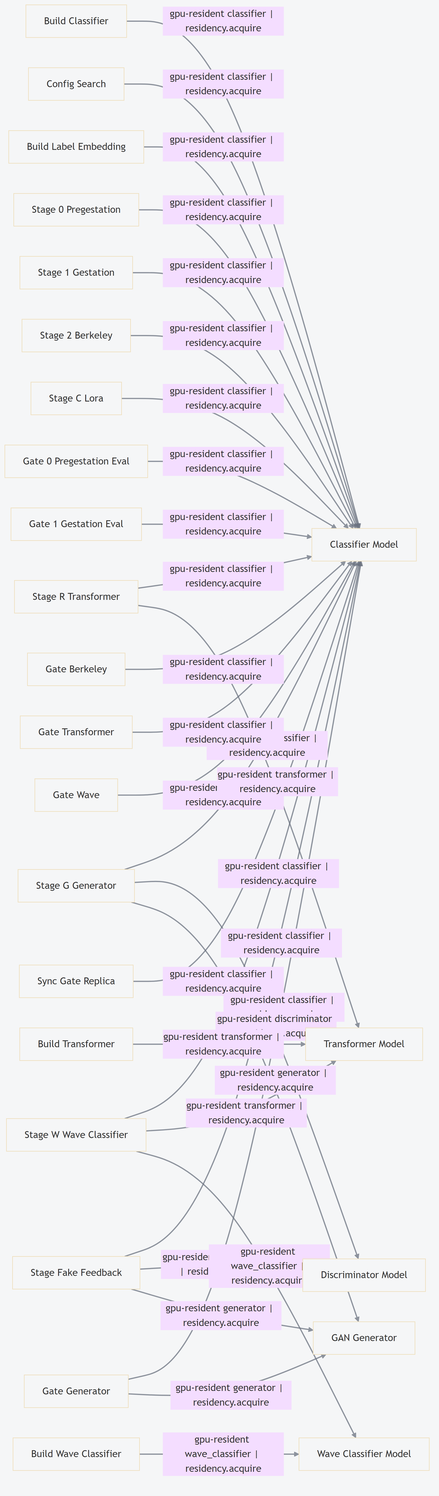
The Mermaid diagram docs/diagrams/provenance_reaction.png in sangderenard/meta-nn, before a commit. Its source is kept beside it as docs/diagrams/provenance_reaction.mmd. The source it was exported from:
```mermaid
%%{init: {'theme':'base','themeVariables':{'background':'#f5f6f7','mainBkg':'#f5f6f7'},'flowchart':{'curve':'basis','htmlLabels':true}}}%%
flowchart LR
    model__classifier["Classifier Model"]
    model__discriminator["Discriminator Model"]
    model__generator["GAN Generator"]
    model__transformer["Transformer Model"]
    model__wave_classifier["Wave Classifier Model"]
    build_classifier["Build Classifier"]
    config_search["Config Search"]
    build_label_embedding["Build Label Embedding"]
    stage_0_pregestation["Stage 0 Pregestation"]
    stage_1_gestation["Stage 1 Gestation"]
    stage_2_berkeley["Stage 2 Berkeley"]
    stage_r_transformer["Stage R Transformer"]
    stage_g_generator["Stage G Generator"]
    stage_w_wave_classifier["Stage W Wave Classifier"]
    stage_c_lora["Stage C Lora"]
    stage_fake_feedback["Stage Fake Feedback"]
    gate_0_pregestation_eval["Gate 0 Pregestation Eval"]
    gate_1_gestation_eval["Gate 1 Gestation Eval"]
    gate_berkeley["Gate Berkeley"]
    gate_transformer["Gate Transformer"]
    gate_generator["Gate Generator"]
    gate_wave["Gate Wave"]
    sync_gate_replica["Sync Gate Replica"]
    build_transformer["Build Transformer"]
    build_wave_classifier["Build Wave Classifier"]

    build_classifier -- "gpu-resident classifier | residency.acquire" --> model__classifier
    config_search -- "gpu-resident classifier | residency.acquire" --> model__classifier
    build_label_embedding -- "gpu-resident classifier | residency.acquire" --> model__classifier
    stage_0_pregestation -- "gpu-resident classifier | residency.acquire" --> model__classifier
    stage_1_gestation -- "gpu-resident classifier | residency.acquire" --> model__classifier
    stage_2_berkeley -- "gpu-resident classifier | residency.acquire" --> model__classifier
    stage_r_transformer -- "gpu-resident classifier | residency.acquire" --> model__classifier
    stage_g_generator -- "gpu-resident classifier | residency.acquire" --> model__classifier
    stage_w_wave_classifier -- "gpu-resident classifier | residency.acquire" --> model__classifier
    stage_c_lora -- "gpu-resident classifier | residency.acquire" --> model__classifier
    stage_fake_feedback -- "gpu-resident classifier | residency.acquire" --> model__classifier
    gate_0_pregestation_eval -- "gpu-resident classifier | residency.acquire" --> model__classifier
    gate_1_gestation_eval -- "gpu-resident classifier | residency.acquire" --> model__classifier
    gate_berkeley -- "gpu-resident classifier | residency.acquire" --> model__classifier
    gate_transformer -- "gpu-resident classifier | residency.acquire" --> model__classifier
    gate_generator -- "gpu-resident classifier | residency.acquire" --> model__classifier
    gate_wave -- "gpu-resident classifier | residency.acquire" --> model__classifier
    sync_gate_replica -- "gpu-resident classifier | residency.acquire" --> model__classifier
    stage_g_generator -- "gpu-resident discriminator | residency.acquire" --> model__discriminator
    stage_fake_feedback -- "gpu-resident discriminator | residency.acquire" --> model__discriminator
    stage_g_generator -- "gpu-resident generator | residency.acquire" --> model__generator
    stage_fake_feedback -- "gpu-resident generator | residency.acquire" --> model__generator
    gate_generator -- "gpu-resident generator | residency.acquire" --> model__generator
    build_transformer -- "gpu-resident transformer | residency.acquire" --> model__transformer
    stage_r_transformer -- "gpu-resident transformer | residency.acquire" --> model__transformer
    stage_w_wave_classifier -- "gpu-resident transformer | residency.acquire" --> model__transformer
    build_wave_classifier -- "gpu-resident wave_classifier | residency.acquire" --> model__wave_classifier
    stage_w_wave_classifier -- "gpu-resident wave_classifier | residency.acquire" --> model__wave_classifier

    linkStyle 0 stroke:#6B7280,stroke-width:2px,opacity:0.75,stroke-dasharray:0;
    linkStyle 1 stroke:#6B7280,stroke-width:2px,opacity:0.75,stroke-dasharray:0;
    linkStyle 2 stroke:#6B7280,stroke-width:2px,opacity:0.75,stroke-dasharray:0;
    linkStyle 3 stroke:#6B7280,stroke-width:2px,opacity:0.75,stroke-dasharray:0;
    linkStyle 4 stroke:#6B7280,stroke-width:2px,opacity:0.75,stroke-dasharray:0;
    linkStyle 5 stroke:#6B7280,stroke-width:2px,opacity:0.75,stroke-dasharray:0;
    linkStyle 6 stroke:#6B7280,stroke-width:2px,opacity:0.75,stroke-dasharray:0;
    linkStyle 7 stroke:#6B7280,stroke-width:2px,opacity:0.75,stroke-dasharray:0;
    linkStyle 8 stroke:#6B7280,stroke-width:2px,opacity:0.75,stroke-dasharray:0;
    linkStyle 9 stroke:#6B7280,stroke-width:2px,opacity:0.75,stroke-dasharray:0;
    linkStyle 10 stroke:#6B7280,stroke-width:2px,opacity:0.75,stroke-dasharray:0;
    linkStyle 11 stroke:#6B7280,stroke-width:2px,opacity:0.75,stroke-dasharray:0;
    linkStyle 12 stroke:#6B7280,stroke-width:2px,opacity:0.75,stroke-dasharray:0;
    linkStyle 13 stroke:#6B7280,stroke-width:2px,opacity:0.75,stroke-dasharray:0;
    linkStyle 14 stroke:#6B7280,stroke-width:2px,opacity:0.75,stroke-dasharray:0;
    linkStyle 15 stroke:#6B7280,stroke-width:2px,opacity:0.75,stroke-dasharray:0;
    linkStyle 16 stroke:#6B7280,stroke-width:2px,opacity:0.75,stroke-dasharray:0;
    linkStyle 17 stroke:#6B7280,stroke-width:2px,opacity:0.75,stroke-dasharray:0;
    linkStyle 18 stroke:#6B7280,stroke-width:2px,opacity:0.75,stroke-dasharray:0;
    linkStyle 19 stroke:#6B7280,stroke-width:2px,opacity:0.75,stroke-dasharray:0;
    linkStyle 20 stroke:#6B7280,stroke-width:2px,opacity:0.75,stroke-dasharray:0;
    linkStyle 21 stroke:#6B7280,stroke-width:2px,opacity:0.75,stroke-dasharray:0;
    linkStyle 22 stroke:#6B7280,stroke-width:2px,opacity:0.75,stroke-dasharray:0;
    linkStyle 23 stroke:#6B7280,stroke-width:2px,opacity:0.75,stroke-dasharray:0;
    linkStyle 24 stroke:#6B7280,stroke-width:2px,opacity:0.75,stroke-dasharray:0;
    linkStyle 25 stroke:#6B7280,stroke-width:2px,opacity:0.75,stroke-dasharray:0;
    linkStyle 26 stroke:#6B7280,stroke-width:2px,opacity:0.75,stroke-dasharray:0;
    linkStyle 27 stroke:#6B7280,stroke-width:2px,opacity:0.75,stroke-dasharray:0;
```
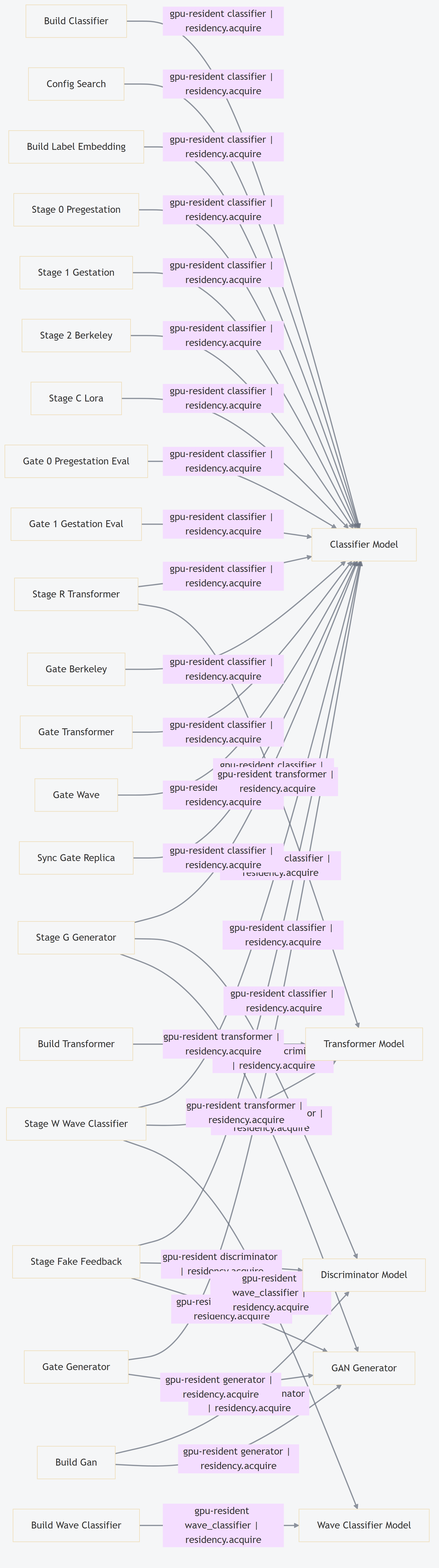
The same diagram one commit later.

The edit, as a diff of the source:
```diff
@@ -23,6 +23,7 @@
     gate_generator["Gate Generator"]
     gate_wave["Gate Wave"]
     sync_gate_replica["Sync Gate Replica"]
+    build_gan["Build Gan"]
     build_transformer["Build Transformer"]
     build_wave_classifier["Build Wave Classifier"]
 
@@ -44,8 +45,10 @@
     gate_generator -- "gpu-resident classifier | residency.acquire" --> model__classifier
     gate_wave -- "gpu-resident classifier | residency.acquire" --> model__classifier
     sync_gate_replica -- "gpu-resident classifier | residency.acquire" --> model__classifier
+    build_gan -- "gpu-resident discriminator | residency.acquire" --> model__discriminator
     stage_g_generator -- "gpu-resident discriminator | residency.acquire" --> model__discriminator
     stage_fake_feedback -- "gpu-resident discriminator | residency.acquire" --> model__discriminator
+    build_gan -- "gpu-resident generator | residency.acquire" --> model__generator
     stage_g_generator -- "gpu-resident generator | residency.acquire" --> model__generator
     stage_fake_feedback -- "gpu-resident generator | residency.acquire" --> model__generator
     gate_generator -- "gpu-resident generator | residency.acquire" --> model__generator
@@ -83,3 +86,5 @@
     linkStyle 25 stroke:#6B7280,stroke-width:2px,opacity:0.75,stroke-dasharray:0;
     linkStyle 26 stroke:#6B7280,stroke-width:2px,opacity:0.75,stroke-dasharray:0;
     linkStyle 27 stroke:#6B7280,stroke-width:2px,opacity:0.75,stroke-dasharray:0;
+    linkStyle 28 stroke:#6B7280,stroke-width:2px,opacity:0.75,stroke-dasharray:0;
+    linkStyle 29 stroke:#6B7280,stroke-width:2px,opacity:0.75,stroke-dasharray:0;
```
